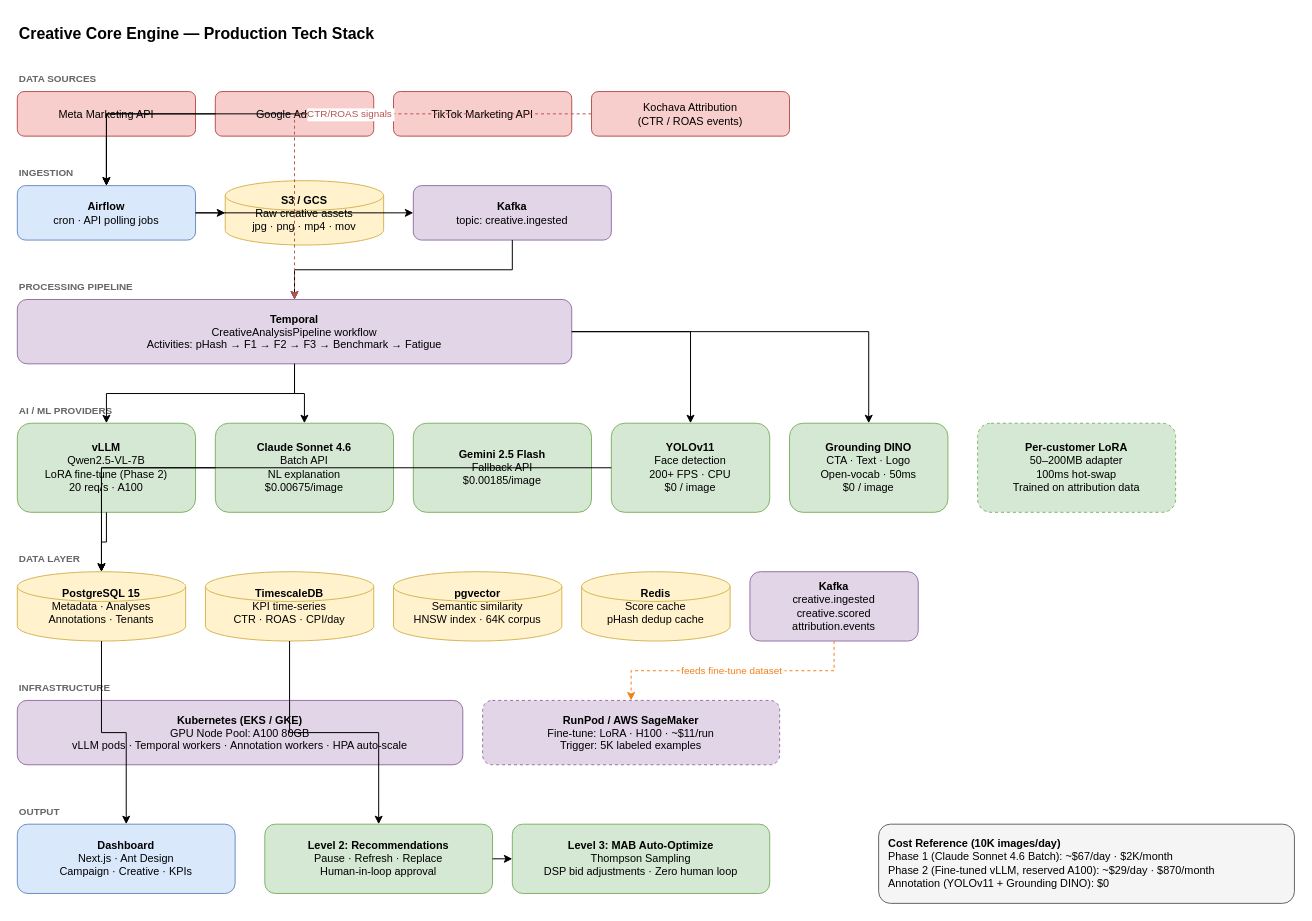
Above: page "Technical Stack" (2 of 2) of docs/creative-core-engine.drawio in mayank-kochava/creative-optimization (draw.io), before the change. Source tidied: cells renumbered, new cells numbered last; positions are measured from the earlier drawing's top-left corner, leaving out a move shared by most shapes. Both pictures are drawn from the tidied source at 99%, with x=0, y=0 at pixel (17, 17).
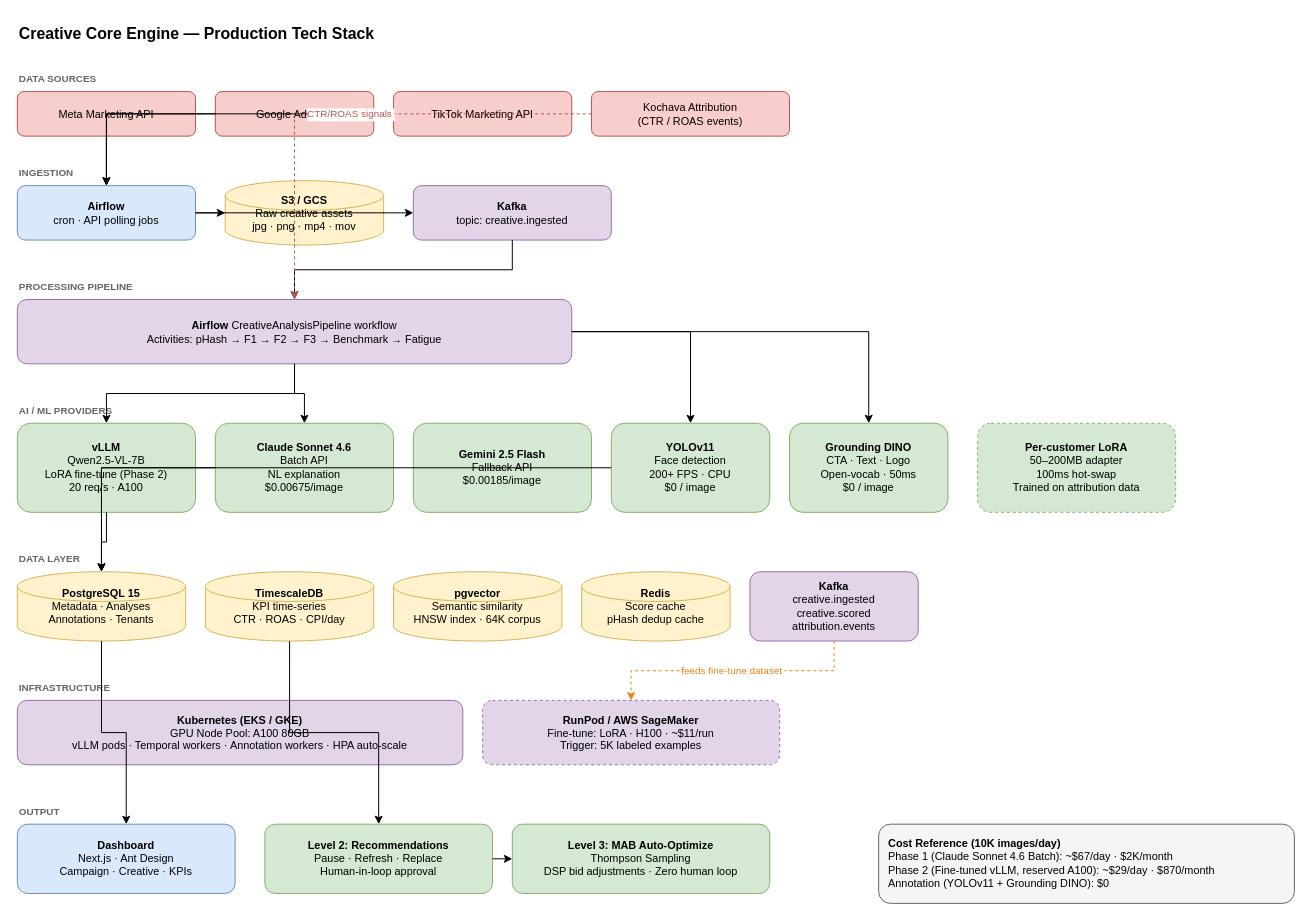
The same page after the edit.

Change to the diagram source:
```diff
@@
-    <mxCell id="13" value="&lt;b&gt;Temporal&lt;/b&gt;&lt;br&gt;CreativeAnalysisPipeline workflow&lt;br&gt;Activities: pHash → F1 → F2 → F3 → Benchmark → Fatigue" style="rounded=1;whiteSpace=wrap;html=1;fillColor=#e1d5e7;strokeColor=#9673a6;fontSize=11;" parent="1" vertex="1">
+    <mxCell id="13" value="&lt;b&gt;Airflow&amp;nbsp;&lt;/b&gt;CreativeAnalysisPipeline workflow&lt;br&gt;Activities: pHash → F1 → F2 → F3 → Benchmark → Fatigue" style="rounded=1;whiteSpace=wrap;html=1;fillColor=#e1d5e7;strokeColor=#9673a6;fontSize=11;" parent="1" vertex="1">
       <mxGeometry y="285" width="560" height="65" as="geometry" />
     </mxCell>
```
